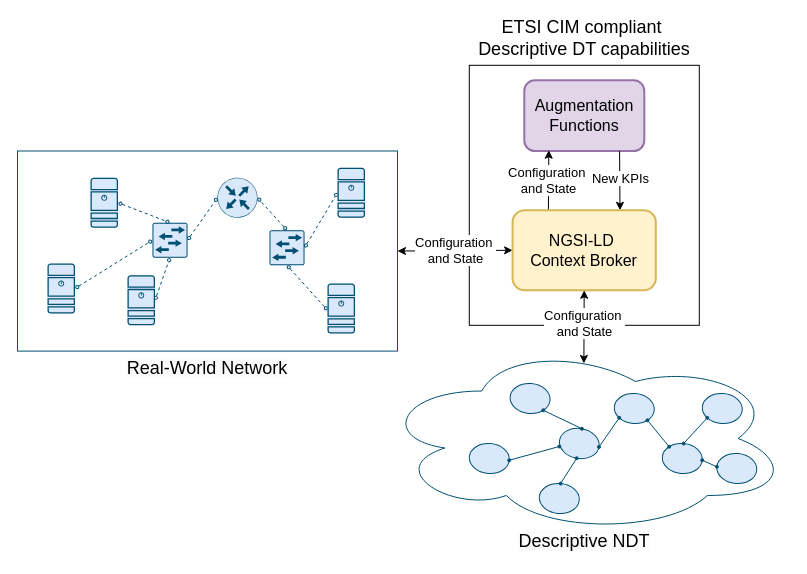
giros-dit/yang-to-ngsi-ld keeps this draw.io diagram as page "DescriptiveNDT-CIM" (8 of 23) of resources/images/data-integration-ngsi-ld.drawio. Above is the earlier version. Source tidied: cells renumbered, new cells numbered last; positions are measured from the earlier drawing's top-left corner, leaving out a move shared by most shapes. Both pictures are drawn from the tidied source at 100%, with x=0, y=0 at pixel (17, 23).
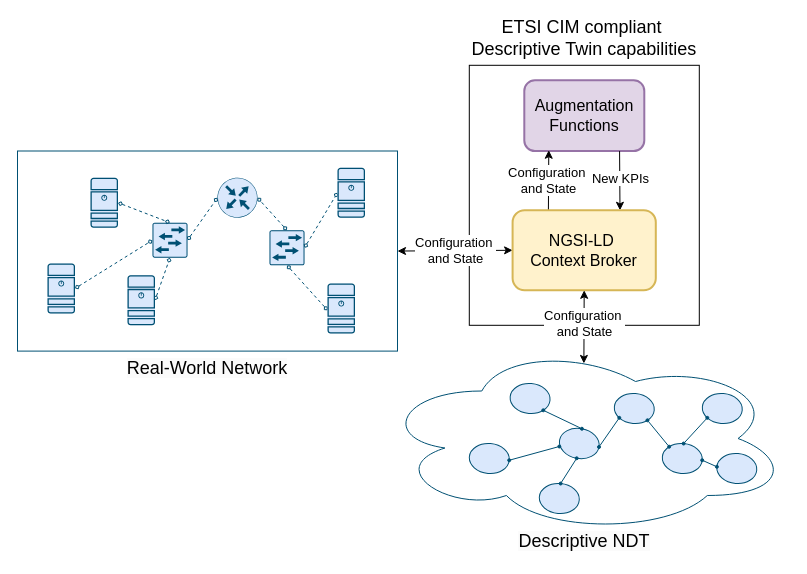
Above is the later version.

Change to the diagram source:
```diff
@@
-    <mxCell id="9" value="&lt;font style=&quot;font-size: 18px;&quot;&gt;&lt;span style=&quot;background-color: initial;&quot;&gt;ETSI CIM compliant&amp;nbsp;&lt;/span&gt;&lt;/font&gt;&lt;div&gt;&lt;font style=&quot;font-size: 18px;&quot;&gt;&lt;span style=&quot;background-color: initial;&quot;&gt;Descriptive DT capabilities&lt;/span&gt;&lt;/font&gt;&lt;/div&gt;" style="text;html=1;align=center;verticalAlign=middle;whiteSpace=wrap;rounded=0;" parent="1" vertex="1">
+    <mxCell id="9" value="&lt;font style=&quot;font-size: 18px;&quot;&gt;&lt;span style=&quot;background-color: initial;&quot;&gt;ETSI CIM compliant&amp;nbsp;&lt;/span&gt;&lt;/font&gt;&lt;div&gt;&lt;font style=&quot;font-size: 18px;&quot;&gt;&lt;span style=&quot;background-color: initial;&quot;&gt;Descriptive Twin capabilities&lt;/span&gt;&lt;/font&gt;&lt;/div&gt;" style="text;html=1;align=center;verticalAlign=middle;whiteSpace=wrap;rounded=0;" parent="1" vertex="1">
       <mxGeometry x="396" width="341.6" height="30" as="geometry" />
     </mxCell>
```
